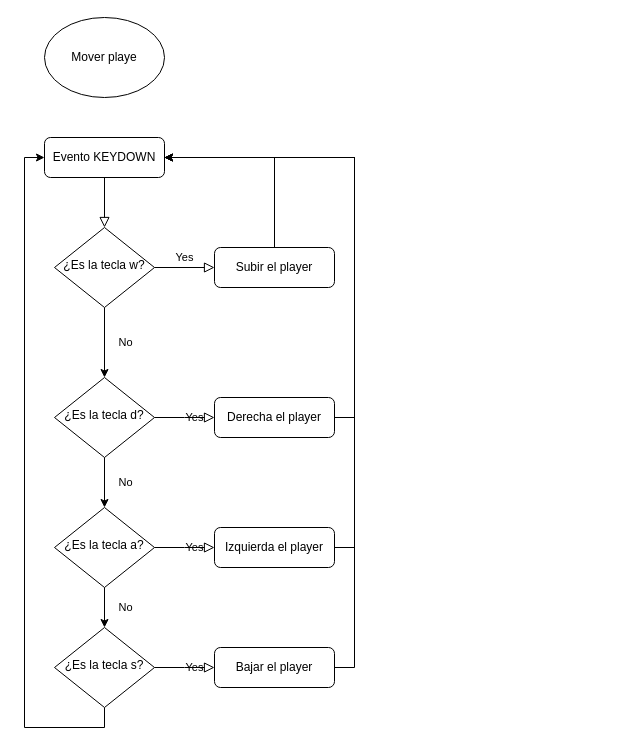
Before: sesion07/game/mover_player.drawio in pgomezarnalVIU/proyectos_oct_2024_prep, a draw.io diagram. Source tidied: cells renumbered, new cells numbered last; positions are measured from the earlier drawing's top-left corner, leaving out a move shared by most shapes. Both pictures are drawn from the tidied source at 100%, with x=0, y=0 at pixel (44, 17).
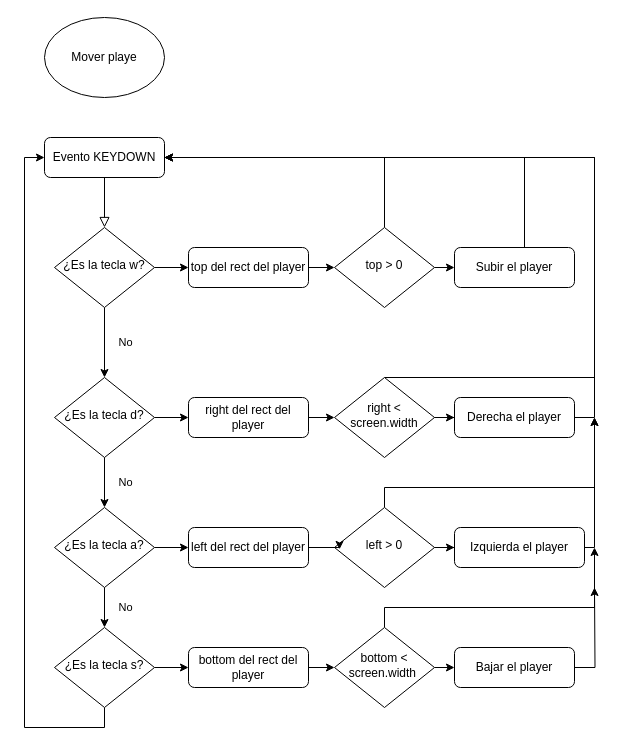
Above is the later version.

Unchanged cells that the change refers to:
```xml
<mxCell id="3" value="Evento KEYDOWN" style="rounded=1;whiteSpace=wrap;html=1;fontSize=12;glass=0;strokeWidth=1;shadow=0;" parent="1" vertex="1">
  <mxGeometry y="120" width="120" height="40" as="geometry" />
</mxCell>
<mxCell id="6" value="¿Es la tecla w?" style="rhombus;whiteSpace=wrap;html=1;shadow=0;fontFamily=Helvetica;fontSize=12;align=center;strokeWidth=1;spacing=6;spacingTop=-4;" parent="1" vertex="1">
  <mxGeometry x="10" y="210" width="100" height="80" as="geometry" />
</mxCell>
<mxCell id="11" value="¿Es la tecla d?" style="rhombus;whiteSpace=wrap;html=1;shadow=0;fontFamily=Helvetica;fontSize=12;align=center;strokeWidth=1;spacing=6;spacingTop=-4;" parent="1" vertex="1">
  <mxGeometry x="10" y="360" width="100" height="80" as="geometry" />
</mxCell>
<mxCell id="15" value="¿Es la tecla a?" style="rhombus;whiteSpace=wrap;html=1;shadow=0;fontFamily=Helvetica;fontSize=12;align=center;strokeWidth=1;spacing=6;spacingTop=-4;" parent="1" vertex="1">
  <mxGeometry x="10" y="490" width="100" height="80" as="geometry" />
</mxCell>
<mxCell id="22" value="¿Es la tecla s?" style="rhombus;whiteSpace=wrap;html=1;shadow=0;fontFamily=Helvetica;fontSize=12;align=center;strokeWidth=1;spacing=6;spacingTop=-4;" parent="1" vertex="1">
  <mxGeometry x="10" y="610" width="100" height="80" as="geometry" />
</mxCell>
```

Diff of the diagram source:
```diff
@@
+    <mxCell id="28" style="edgeStyle=orthogonalEdgeStyle;rounded=0;jettySize=auto;html=1;exitX=1;exitY=0.5;exitDx=0;exitDy=0;" parent="1" edge="1" source="6" target="39">
+      <mxGeometry relative="1" as="geometry" />
+    </mxCell>
@@
-    <mxCell id="7" value="Yes" style="edgeStyle=orthogonalEdgeStyle;rounded=0;html=1;jettySize=auto;fontSize=11;endArrow=block;endFill=0;endSize=8;strokeWidth=1;shadow=0;labelBackgroundColor=none;exitX=1;exitY=0.5;exitDx=0;exitDy=0;" parent="1" edge="1" source="6" target="9">
-      <mxGeometry y="10" relative="1" as="geometry" />
-    </mxCell>
     <mxCell id="8" style="edgeStyle=orthogonalEdgeStyle;rounded=0;jettySize=auto;html=1;entryX=1;entryY=0.5;entryDx=0;entryDy=0;" parent="1" edge="1" source="9" target="3">
       <mxGeometry relative="1" as="geometry">
         <Array as="points">
-          <mxPoint x="230" y="140" />
+          <mxPoint x="480" y="140" />
         </Array>
       </mxGeometry>
     </mxCell>
     <mxCell id="9" value="Subir el player" style="rounded=1;whiteSpace=wrap;html=1;fontSize=12;glass=0;strokeWidth=1;shadow=0;" parent="1" vertex="1">
-      <mxGeometry x="170" y="230" width="120" height="40" as="geometry" />
+      <mxGeometry x="410" y="230" width="120" height="40" as="geometry" />
     </mxCell>
@@
+    <mxCell id="29" style="edgeStyle=orthogonalEdgeStyle;rounded=0;jettySize=auto;html=1;exitX=1;exitY=0.5;exitDx=0;exitDy=0;entryX=0;entryY=0.5;entryDx=0;entryDy=0;" parent="1" edge="1" source="11" target="41">
+      <mxGeometry relative="1" as="geometry" />
+    </mxCell>
@@
-    <mxCell id="12" style="edgeStyle=orthogonalEdgeStyle;rounded=0;jettySize=auto;html=1;exitX=1;exitY=0.5;exitDx=0;exitDy=0;" parent="1" edge="1" source="13" target="3">
-      <mxGeometry relative="1" as="geometry">
-        <Array as="points">
-          <mxPoint x="310" y="400" />
-          <mxPoint x="310" y="140" />
-        </Array>
-      </mxGeometry>
-    </mxCell>
+    <mxCell id="30" style="edgeStyle=orthogonalEdgeStyle;rounded=0;jettySize=auto;html=1;exitX=1;exitY=0.5;exitDx=0;exitDy=0;" parent="1" edge="1" source="13">
+      <mxGeometry relative="1" as="geometry">
+        <mxPoint x="120" y="140" as="targetPoint" />
+        <Array as="points">
+          <mxPoint x="550" y="400" />
+          <mxPoint x="550" y="140" />
+        </Array>
+      </mxGeometry>
+    </mxCell>
     <mxCell id="13" value="Derecha el player" style="rounded=1;whiteSpace=wrap;html=1;fontSize=12;glass=0;strokeWidth=1;shadow=0;" parent="1" vertex="1">
-      <mxGeometry x="170" y="380" width="120" height="40" as="geometry" />
+      <mxGeometry x="410" y="380" width="120" height="40" as="geometry" />
     </mxCell>
-    <mxCell id="14" value="Yes" style="edgeStyle=orthogonalEdgeStyle;rounded=0;html=1;jettySize=auto;fontSize=11;endArrow=block;endFill=0;endSize=8;strokeWidth=1;shadow=0;labelBackgroundColor=none;exitX=1;exitY=0.5;exitDx=0;exitDy=0;" parent="1" edge="1" source="11">
-      <mxGeometry y="10" relative="1" as="geometry">
-        <mxPoint x="170" y="400" as="targetPoint" />
-      </mxGeometry>
-    </mxCell>
+    <mxCell id="31" style="edgeStyle=orthogonalEdgeStyle;rounded=0;jettySize=auto;html=1;exitX=1;exitY=0.5;exitDx=0;exitDy=0;" parent="1" edge="1" source="15" target="45">
+      <mxGeometry relative="1" as="geometry" />
+    </mxCell>
@@
-    <mxCell id="16" style="edgeStyle=orthogonalEdgeStyle;rounded=0;jettySize=auto;html=1;" parent="1" edge="1" source="17" target="3">
-      <mxGeometry relative="1" as="geometry">
-        <Array as="points">
-          <mxPoint x="310" y="530" />
-          <mxPoint x="310" y="140" />
-        </Array>
-      </mxGeometry>
-    </mxCell>
+    <mxCell id="32" style="edgeStyle=orthogonalEdgeStyle;rounded=0;jettySize=auto;html=1;exitX=1;exitY=0.5;exitDx=0;exitDy=0;" parent="1" edge="1" source="17">
+      <mxGeometry relative="1" as="geometry">
+        <mxPoint x="550" y="400" as="targetPoint" />
+        <Array as="points">
+          <mxPoint x="550" y="530" />
+        </Array>
+      </mxGeometry>
+    </mxCell>
     <mxCell id="17" value="Izquierda el player" style="rounded=1;whiteSpace=wrap;html=1;fontSize=12;glass=0;strokeWidth=1;shadow=0;" parent="1" vertex="1">
-      <mxGeometry x="170" y="510" width="120" height="40" as="geometry" />
+      <mxGeometry x="410" y="510" width="130" height="40" as="geometry" />
     </mxCell>
-    <mxCell id="18" value="Yes" style="edgeStyle=orthogonalEdgeStyle;rounded=0;html=1;jettySize=auto;fontSize=11;endArrow=block;endFill=0;endSize=8;strokeWidth=1;shadow=0;labelBackgroundColor=none;exitX=1;exitY=0.5;exitDx=0;exitDy=0;" parent="1" edge="1" source="15">
-      <mxGeometry y="10" relative="1" as="geometry">
-        <mxPoint x="170" y="530" as="targetPoint" />
-      </mxGeometry>
-    </mxCell>
@@
+    <mxCell id="33" style="edgeStyle=orthogonalEdgeStyle;rounded=0;jettySize=auto;html=1;exitX=1;exitY=0.5;exitDx=0;exitDy=0;" parent="1" edge="1" source="22" target="51">
+      <mxGeometry relative="1" as="geometry" />
+    </mxCell>
@@
-    <mxCell id="25" style="edgeStyle=orthogonalEdgeStyle;rounded=0;jettySize=auto;html=1;entryX=1;entryY=0.5;entryDx=0;entryDy=0;" parent="1" edge="1" source="26" target="3">
-      <mxGeometry relative="1" as="geometry">
-        <Array as="points">
-          <mxPoint x="310" y="650" />
-          <mxPoint x="310" y="140" />
-        </Array>
-      </mxGeometry>
-    </mxCell>
+    <mxCell id="34" style="edgeStyle=orthogonalEdgeStyle;rounded=0;jettySize=auto;html=1;exitX=1;exitY=0.5;exitDx=0;exitDy=0;" parent="1" edge="1" source="26">
+      <mxGeometry relative="1" as="geometry">
+        <mxPoint x="550" y="570" as="targetPoint" />
+      </mxGeometry>
+    </mxCell>
     <mxCell id="26" value="Bajar el player" style="rounded=1;whiteSpace=wrap;html=1;fontSize=12;glass=0;strokeWidth=1;shadow=0;" parent="1" vertex="1">
-      <mxGeometry x="170" y="630" width="120" height="40" as="geometry" />
+      <mxGeometry x="410" y="630" width="120" height="40" as="geometry" />
     </mxCell>
-    <mxCell id="27" value="Yes" style="edgeStyle=orthogonalEdgeStyle;rounded=0;html=1;jettySize=auto;fontSize=11;endArrow=block;endFill=0;endSize=8;strokeWidth=1;shadow=0;labelBackgroundColor=none;exitX=1;exitY=0.5;exitDx=0;exitDy=0;" parent="1" edge="1" source="22">
-      <mxGeometry y="10" relative="1" as="geometry">
-        <mxPoint x="170" y="650" as="targetPoint" />
-      </mxGeometry>
-    </mxCell>
+    <mxCell id="35" style="edgeStyle=orthogonalEdgeStyle;rounded=0;jettySize=auto;html=1;exitX=1;exitY=0.5;exitDx=0;exitDy=0;entryX=0;entryY=0.5;entryDx=0;entryDy=0;" parent="1" edge="1" source="37" target="9">
+      <mxGeometry relative="1" as="geometry" />
+    </mxCell>
+    <mxCell id="36" style="edgeStyle=orthogonalEdgeStyle;rounded=0;jettySize=auto;html=1;exitX=0.5;exitY=0;exitDx=0;exitDy=0;entryX=1;entryY=0.5;entryDx=0;entryDy=0;" parent="1" edge="1" source="37" target="3">
+      <mxGeometry relative="1" as="geometry" />
+    </mxCell>
+    <mxCell id="37" value="top &amp;gt; 0" style="rhombus;whiteSpace=wrap;html=1;shadow=0;fontFamily=Helvetica;fontSize=12;align=center;strokeWidth=1;spacing=6;spacingTop=-4;" parent="1" vertex="1">
+      <mxGeometry x="290" y="210" width="100" height="80" as="geometry" />
+    </mxCell>
+    <mxCell id="38" style="edgeStyle=orthogonalEdgeStyle;rounded=0;jettySize=auto;html=1;exitX=1;exitY=0.5;exitDx=0;exitDy=0;entryX=0;entryY=0.5;entryDx=0;entryDy=0;" parent="1" edge="1" source="39" target="37">
+      <mxGeometry relative="1" as="geometry" />
+    </mxCell>
+    <mxCell id="39" value="top del rect del player" style="rounded=1;whiteSpace=wrap;html=1;fontSize=12;glass=0;strokeWidth=1;shadow=0;" parent="1" vertex="1">
+      <mxGeometry x="144" y="230" width="120" height="40" as="geometry" />
+    </mxCell>
+    <mxCell id="40" style="edgeStyle=orthogonalEdgeStyle;rounded=0;jettySize=auto;html=1;exitX=1;exitY=0.5;exitDx=0;exitDy=0;" parent="1" edge="1" source="41" target="44">
+      <mxGeometry relative="1" as="geometry" />
+    </mxCell>
+    <mxCell id="41" value="right del rect del player" style="rounded=1;whiteSpace=wrap;html=1;fontSize=12;glass=0;strokeWidth=1;shadow=0;" parent="1" vertex="1">
+      <mxGeometry x="144" y="380" width="120" height="40" as="geometry" />
+    </mxCell>
+    <mxCell id="42" style="edgeStyle=orthogonalEdgeStyle;rounded=0;jettySize=auto;html=1;exitX=1;exitY=0.5;exitDx=0;exitDy=0;" parent="1" edge="1" source="44" target="13">
+      <mxGeometry relative="1" as="geometry" />
+    </mxCell>
+    <mxCell id="43" style="edgeStyle=orthogonalEdgeStyle;rounded=0;jettySize=auto;html=1;exitX=0.5;exitY=0;exitDx=0;exitDy=0;" parent="1" edge="1" source="44" target="3">
+      <mxGeometry relative="1" as="geometry">
+        <Array as="points">
+          <mxPoint x="550" y="360" />
+          <mxPoint x="550" y="140" />
+        </Array>
+      </mxGeometry>
+    </mxCell>
+    <mxCell id="44" value="right &amp;lt; screen.width" style="rhombus;whiteSpace=wrap;html=1;shadow=0;fontFamily=Helvetica;fontSize=12;align=center;strokeWidth=1;spacing=6;spacingTop=-4;" parent="1" vertex="1">
+      <mxGeometry x="290" y="360" width="100" height="80" as="geometry" />
+    </mxCell>
+    <mxCell id="45" value="left del rect del player" style="rounded=1;whiteSpace=wrap;html=1;fontSize=12;glass=0;strokeWidth=1;shadow=0;" parent="1" vertex="1">
+      <mxGeometry x="144" y="510" width="120" height="40" as="geometry" />
+    </mxCell>
+    <mxCell id="46" style="edgeStyle=orthogonalEdgeStyle;rounded=0;jettySize=auto;html=1;exitX=1;exitY=0.5;exitDx=0;exitDy=0;" parent="1" edge="1" source="48" target="17">
+      <mxGeometry relative="1" as="geometry" />
+    </mxCell>
+    <mxCell id="47" style="edgeStyle=orthogonalEdgeStyle;rounded=0;jettySize=auto;html=1;exitX=0.5;exitY=0;exitDx=0;exitDy=0;" parent="1" edge="1" source="48">
+      <mxGeometry relative="1" as="geometry">
+        <mxPoint x="550" y="400" as="targetPoint" />
+        <Array as="points">
+          <mxPoint x="340" y="470" />
+          <mxPoint x="550" y="470" />
+        </Array>
+      </mxGeometry>
+    </mxCell>
+    <mxCell id="48" value="left &amp;gt; 0" style="rhombus;whiteSpace=wrap;html=1;shadow=0;fontFamily=Helvetica;fontSize=12;align=center;strokeWidth=1;spacing=6;spacingTop=-4;" parent="1" vertex="1">
+      <mxGeometry x="290" y="490" width="100" height="80" as="geometry" />
+    </mxCell>
+    <mxCell id="49" style="edgeStyle=orthogonalEdgeStyle;rounded=0;jettySize=auto;html=1;exitX=1;exitY=0.5;exitDx=0;exitDy=0;entryX=0.05;entryY=0.523;entryDx=0;entryDy=0;entryPerimeter=0;" parent="1" edge="1" source="45" target="48">
+      <mxGeometry relative="1" as="geometry" />
+    </mxCell>
+    <mxCell id="50" style="edgeStyle=orthogonalEdgeStyle;rounded=0;jettySize=auto;html=1;exitX=1;exitY=0.5;exitDx=0;exitDy=0;entryX=0;entryY=0.5;entryDx=0;entryDy=0;" parent="1" edge="1" source="51" target="54">
+      <mxGeometry relative="1" as="geometry" />
+    </mxCell>
+    <mxCell id="51" value="bottom del rect del player" style="rounded=1;whiteSpace=wrap;html=1;fontSize=12;glass=0;strokeWidth=1;shadow=0;" parent="1" vertex="1">
+      <mxGeometry x="144" y="630" width="120" height="40" as="geometry" />
+    </mxCell>
+    <mxCell id="52" style="edgeStyle=orthogonalEdgeStyle;rounded=0;jettySize=auto;html=1;exitX=1;exitY=0.5;exitDx=0;exitDy=0;entryX=0;entryY=0.5;entryDx=0;entryDy=0;" parent="1" edge="1" source="54" target="26">
+      <mxGeometry relative="1" as="geometry" />
+    </mxCell>
+    <mxCell id="53" style="edgeStyle=orthogonalEdgeStyle;rounded=0;jettySize=auto;html=1;exitX=0.5;exitY=0;exitDx=0;exitDy=0;" parent="1" edge="1" source="54">
+      <mxGeometry relative="1" as="geometry">
+        <mxPoint x="550" y="530" as="targetPoint" />
+        <Array as="points">
+          <mxPoint x="340" y="590" />
+          <mxPoint x="550" y="590" />
+        </Array>
+      </mxGeometry>
+    </mxCell>
+    <mxCell id="54" value="bottom &amp;lt; screen.width&amp;nbsp;" style="rhombus;whiteSpace=wrap;html=1;shadow=0;fontFamily=Helvetica;fontSize=12;align=center;strokeWidth=1;spacing=6;spacingTop=-4;" parent="1" vertex="1">
+      <mxGeometry x="290" y="610" width="100" height="80" as="geometry" />
+    </mxCell>
```
